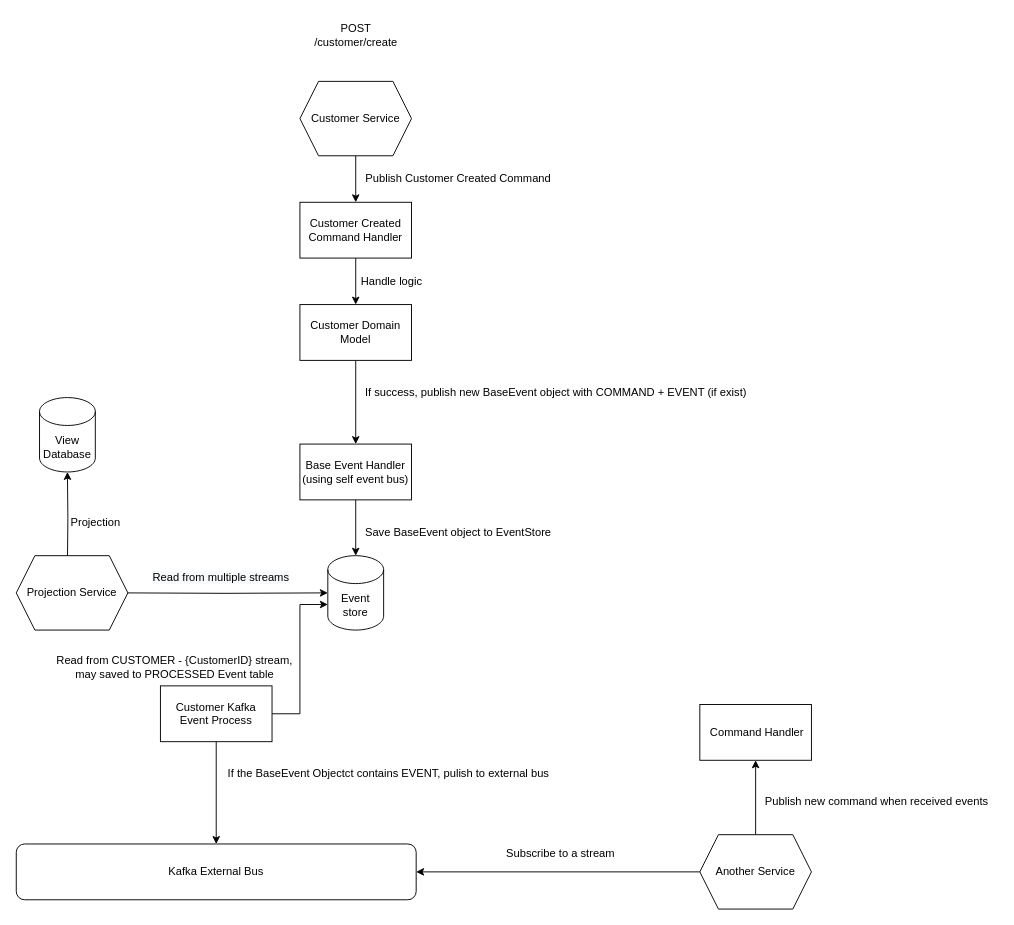
Before: Untitled Diagram.drawio in Sotatek-AnhPhan2/gr2, a draw.io diagram. Source tidied: cells renumbered, new cells numbered last; positions are measured from the earlier drawing's top-left corner, leaving out a move shared by most shapes. Both pictures are drawn from the tidied source at 93%, with x=0, y=0 at pixel (16, 16).
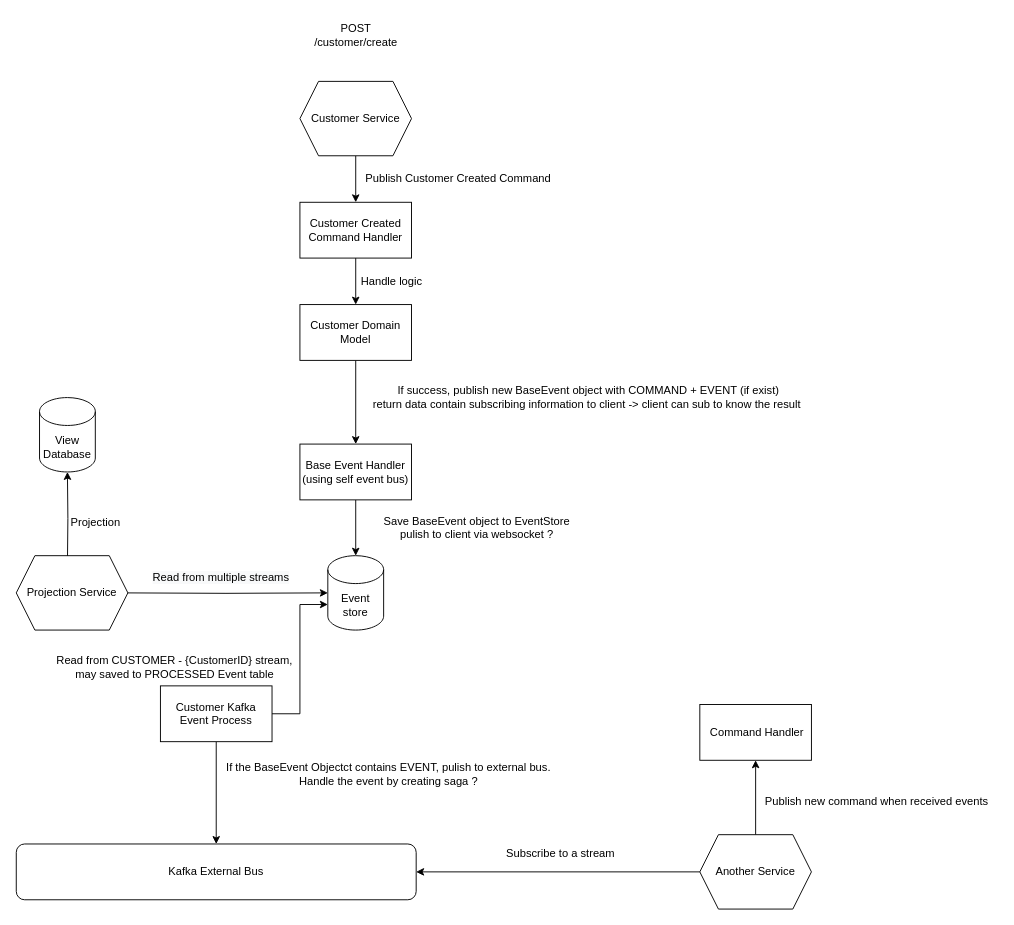
The same diagram, later.

Diff of the diagram source:
```diff
@@
-    <mxCell id="14" value="If success, publish new BaseEvent object with COMMAND + EVENT (if exist)" style="text;html=1;align=center;verticalAlign=middle;strokeColor=none;fillColor=none;" parent="1" vertex="1">
-      <mxGeometry x="365" y="390" width="430" height="30" as="geometry" />
+    <mxCell id="14" value="If success, publish new BaseEvent object with COMMAND + EVENT (if exist)&lt;br&gt;return data contain subscribing information to client -&amp;gt; client can sub to know the result&amp;nbsp;" style="text;html=1;align=center;verticalAlign=middle;strokeColor=none;fillColor=none;" parent="1" vertex="1">
+      <mxGeometry x="370" y="390" width="490" height="40" as="geometry" />
     </mxCell>
-    <mxCell id="15" value="Save BaseEvent object to EventStore" style="text;html=1;align=center;verticalAlign=middle;strokeColor=none;fillColor=none;" parent="1" vertex="1">
-      <mxGeometry x="365" y="540" width="220" height="30" as="geometry" />
+    <mxCell id="15" value="Save BaseEvent object to EventStore&lt;br&gt;pulish to client via websocket ?" style="text;html=1;align=center;verticalAlign=middle;strokeColor=none;fillColor=none;" parent="1" vertex="1">
+      <mxGeometry x="385" y="530" width="220" height="40" as="geometry" />
     </mxCell>
@@
-    <mxCell id="21" value="If the BaseEvent Objectct contains EVENT, pulish to external bus" style="text;html=1;align=center;verticalAlign=middle;strokeColor=none;fillColor=none;" parent="1" vertex="1">
-      <mxGeometry x="215" y="800" width="370" height="30" as="geometry" />
+    <mxCell id="21" value="If the BaseEvent Objectct contains EVENT, pulish to external bus.&lt;br&gt;Handle the event by creating saga ?" style="text;html=1;align=center;verticalAlign=middle;strokeColor=none;fillColor=none;" parent="1" vertex="1">
+      <mxGeometry x="215" y="795" width="370" height="40" as="geometry" />
     </mxCell>
```
